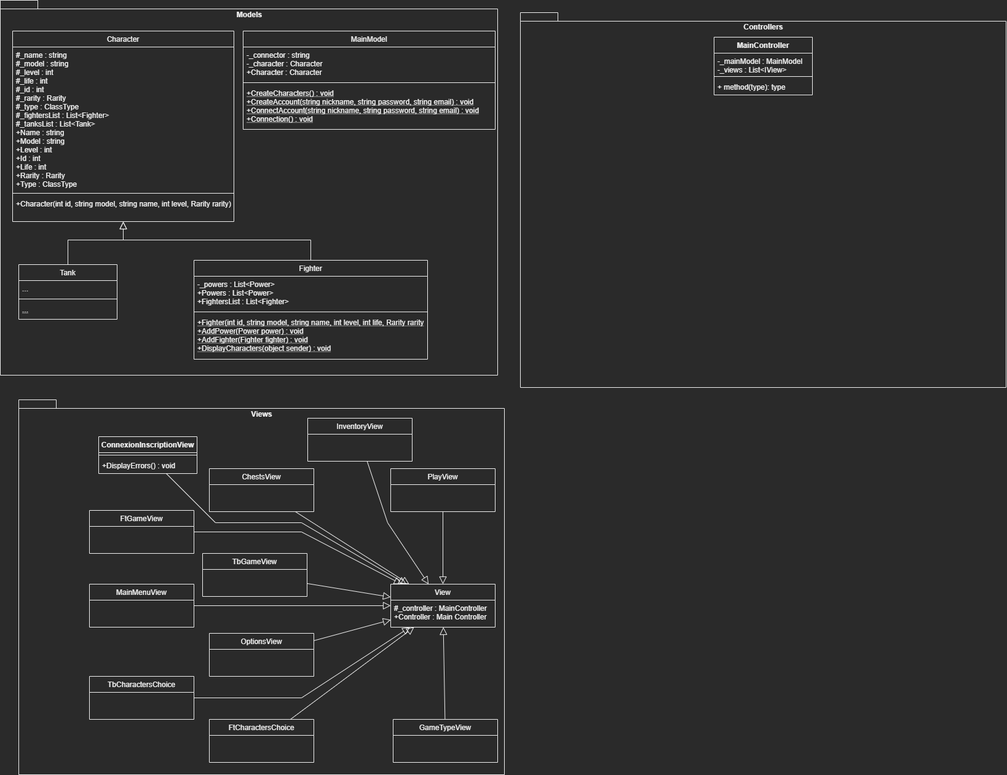
dam277/P-Demomot keeps this draw.io diagram as 01-Documents/01-Shemas/01-UML/03-Class/ClassDiagram-Game.png. Above is the earlier version. Source tidied: cells renumbered, new cells last; positions are measured from the earlier drawing's top-left corner, leaving out a move shared by most shapes.
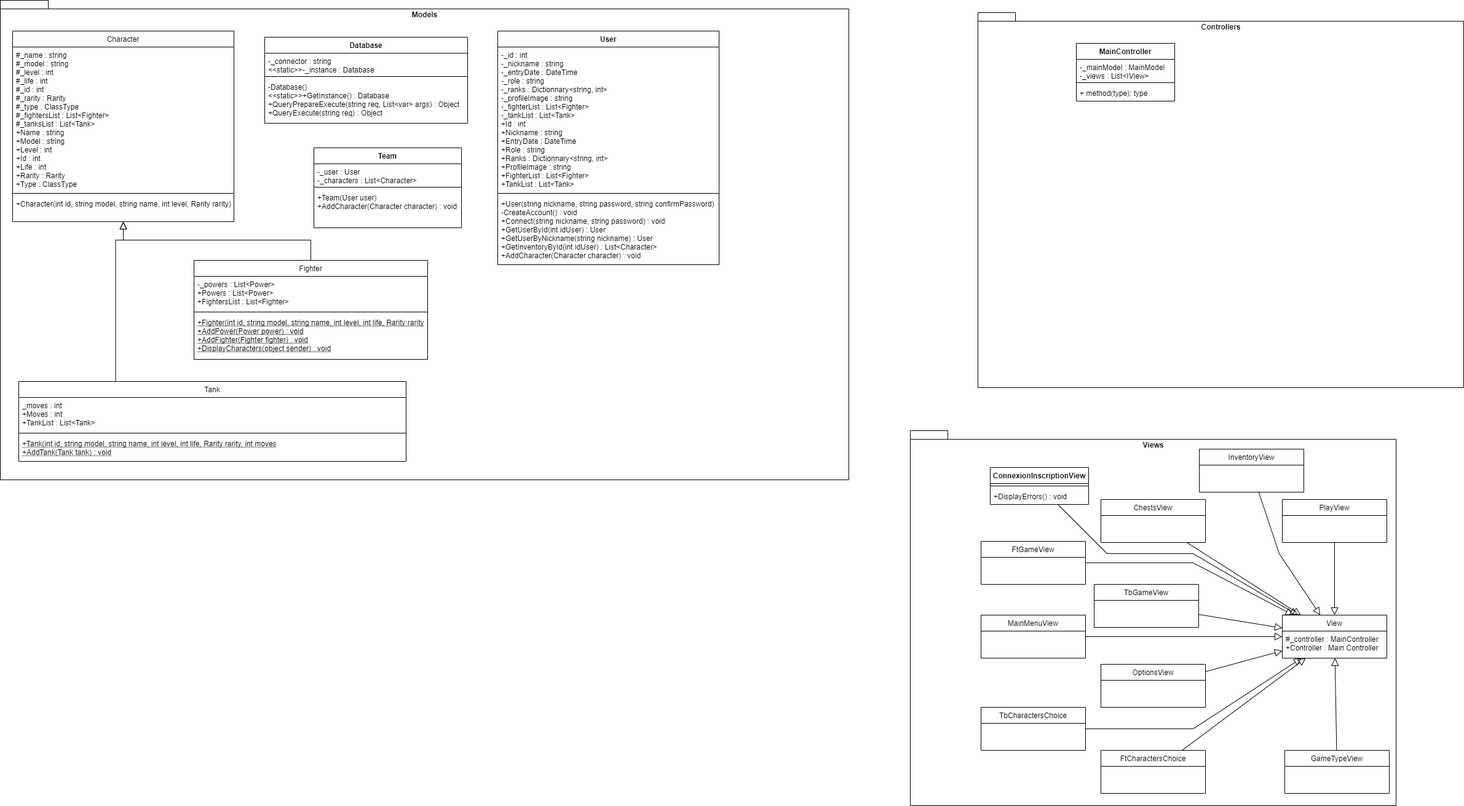
Above is the later version.

Commit message:
Diagramme de classe + Cahier des charges

Change to the diagram source:
```diff
@@ -3,10 +3,10 @@
     <mxCell id="0" />
     <mxCell id="1" parent="0" />
     <mxCell id="2" value="Models" style="shape=folder;fontStyle=1;spacingTop=10;tabWidth=40;tabHeight=14;tabPosition=left;html=1;labelPosition=center;verticalLabelPosition=middle;align=center;verticalAlign=top;" parent="1" vertex="1">
-      <mxGeometry width="809" height="610" as="geometry" />
+      <mxGeometry x="-1450" y="-50" width="1380" height="780" as="geometry" />
     </mxCell>
     <mxCell id="3" value="Character" style="swimlane;fontStyle=0;align=center;verticalAlign=top;horizontal=1;startSize=26;rounded=0;shadow=0;strokeWidth=1;" parent="1" vertex="1">
-      <mxGeometry x="20" y="50" width="360" height="310" as="geometry" />
+      <mxGeometry x="-1430" width="360" height="310" as="geometry" />
     </mxCell>
     <mxCell id="4" value="#_name : string&#10;#_model : string&#10;#_level : int&#10;#_life : int&#10;#_id : int&#10;#_rarity : Rarity&#10;#_type : ClassType&#10;#_fightersList : List&lt;Fighter&gt;&#10;#_tanksList : List&lt;Tank&gt;&#10;+Name : string&#10;+Model : string&#10;+Level : int&#10;+Id : int&#10;+Life : int&#10;+Rarity : Rarity&#10;+Type : ClassType&#10;" style="text;align=left;verticalAlign=top;spacingLeft=4;spacingRight=4;overflow=hidden;" parent="3" vertex="1">
       <mxGeometry y="26" width="360" height="234" as="geometry" />
@@ -17,35 +17,23 @@
     <mxCell id="6" value="+Character(int id, string model, string name, int level, Rarity rarity)  " style="text;align=left;verticalAlign=top;spacingLeft=4;spacingRight=4;overflow=hidden;" parent="3" vertex="1">
       <mxGeometry y="268" width="360" height="32" as="geometry" />
     </mxCell>
-    <mxCell id="7" value="Tank" style="swimlane;fontStyle=0;align=center;verticalAlign=top;horizontal=1;startSize=26;rounded=0;shadow=0;strokeWidth=1;" parent="1" vertex="1">
-      <mxGeometry x="30" y="430" width="160" height="89" as="geometry" />
-    </mxCell>
-    <mxCell id="8" value="..." style="text;align=left;verticalAlign=top;spacingLeft=4;spacingRight=4;overflow=hidden;" parent="7" vertex="1">
-      <mxGeometry y="26" width="160" height="26" as="geometry" />
-    </mxCell>
-    <mxCell id="9" style="line;html=1;strokeWidth=1;align=left;verticalAlign=middle;spacingTop=-1;spacingLeft=3;spacingRight=3;labelPosition=right;" parent="7" vertex="1">
-      <mxGeometry y="52" width="160" height="8" as="geometry" />
-    </mxCell>
-    <mxCell id="10" value="..." style="text;align=left;verticalAlign=top;spacingLeft=4;spacingRight=4;overflow=hidden;fontStyle=4;" parent="7" vertex="1">
-      <mxGeometry y="60" width="160" height="26" as="geometry" />
-    </mxCell>
-    <mxCell id="11" style="endArrow=block;endSize=10;endFill=0;shadow=0;strokeWidth=1;rounded=0;edgeStyle=elbowEdgeStyle;elbow=vertical;" parent="1" edge="1" source="7" target="3">
+    <mxCell id="11" style="endArrow=block;endSize=10;endFill=0;shadow=0;strokeWidth=1;rounded=0;edgeStyle=elbowEdgeStyle;elbow=vertical;exitX=0.25;exitY=0;exitDx=0;exitDy=0;" parent="1" edge="1" source="7" target="3">
       <mxGeometry relative="1" as="geometry">
         <Array as="points">
-          <mxPoint x="200" y="390" />
-          <mxPoint x="315" y="392" />
+          <mxPoint x="-1250" y="340" />
+          <mxPoint x="-1135" y="342" />
         </Array>
       </mxGeometry>
     </mxCell>
     <mxCell id="12" style="endArrow=block;endSize=10;endFill=0;shadow=0;strokeWidth=1;rounded=0;edgeStyle=elbowEdgeStyle;elbow=vertical;exitX=0.5;exitY=0;exitDx=0;exitDy=0;" parent="1" edge="1" source="13" target="3">
       <mxGeometry relative="1" as="geometry">
         <Array as="points">
-          <mxPoint x="200" y="390" />
+          <mxPoint x="-1250" y="340" />
         </Array>
       </mxGeometry>
     </mxCell>
     <mxCell id="13" value="Fighter" style="swimlane;fontStyle=0;align=center;verticalAlign=top;horizontal=1;startSize=26;rounded=0;shadow=0;strokeWidth=1;" parent="1" vertex="1">
-      <mxGeometry x="315" y="423" width="380" height="161" as="geometry" />
+      <mxGeometry x="-1135" y="373" width="380" height="161" as="geometry" />
     </mxCell>
     <mxCell id="14" value="-_powers : List&lt;Power&gt;&#10;+Powers : List&lt;Power&gt;&#10;+FightersList : List&lt;Fighter&gt;" style="text;align=left;verticalAlign=top;spacingLeft=4;spacingRight=4;overflow=hidden;" parent="13" vertex="1">
       <mxGeometry y="26" width="380" height="54" as="geometry" />
@@ -57,7 +45,7 @@
       <mxGeometry y="88" width="380" height="72" as="geometry" />
     </mxCell>
     <mxCell id="17" value="Controllers" style="shape=folder;fontStyle=1;spacingTop=10;tabWidth=40;tabHeight=14;tabPosition=left;html=1;labelPosition=center;verticalLabelPosition=middle;align=center;verticalAlign=top;" parent="1" vertex="1">
-      <mxGeometry x="846" y="20" width="790" height="610" as="geometry" />
+      <mxGeometry x="140" y="-30" width="790" height="610" as="geometry" />
     </mxCell>
     <mxCell id="18" value="Views" style="shape=folder;fontStyle=1;spacingTop=10;tabWidth=40;tabHeight=14;tabPosition=left;html=1;labelPosition=center;verticalLabelPosition=middle;align=center;verticalAlign=top;" parent="1" vertex="1">
       <mxGeometry x="30" y="650" width="790" height="610" as="geometry" />
@@ -102,7 +90,7 @@
       <mxGeometry x="340" y="1170" width="170" height="70" as="geometry" />
     </mxCell>
     <mxCell id="32" value="MainController" style="swimlane;fontStyle=1;align=center;verticalAlign=top;horizontal=1;startSize=26;" parent="1" vertex="1">
-      <mxGeometry x="1161" y="60" width="160" height="94" as="geometry" />
+      <mxGeometry x="300" y="20" width="160" height="94" as="geometry" />
     </mxCell>
     <mxCell id="33" value="-_mainModel : MainModel&#10;-_views : List&lt;IView&gt;" style="text;strokeColor=none;fillColor=none;align=left;verticalAlign=top;spacingLeft=4;spacingRight=4;overflow=hidden;" parent="32" vertex="1">
       <mxGeometry y="26" width="160" height="34" as="geometry" />
@@ -113,18 +101,6 @@
     <mxCell id="35" value="+ method(type): type" style="text;strokeColor=none;fillColor=none;align=left;verticalAlign=top;spacingLeft=4;spacingRight=4;overflow=hidden;" parent="32" vertex="1">
       <mxGeometry y="68" width="160" height="26" as="geometry" />
     </mxCell>
-    <mxCell id="36" value="MainModel" style="swimlane;fontStyle=0;align=center;verticalAlign=top;horizontal=1;startSize=26;rounded=0;shadow=0;strokeWidth=1;" parent="1" vertex="1">
-      <mxGeometry x="395" y="50" width="410" height="160" as="geometry" />
-    </mxCell>
-    <mxCell id="37" value="-_connector : string&#10;-_character : Character&#10;+Character : Character" style="text;align=left;verticalAlign=top;spacingLeft=4;spacingRight=4;overflow=hidden;" parent="36" vertex="1">
-      <mxGeometry y="26" width="410" height="54" as="geometry" />
-    </mxCell>
-    <mxCell id="38" style="line;html=1;strokeWidth=1;align=left;verticalAlign=middle;spacingTop=-1;spacingLeft=3;spacingRight=3;labelPosition=right;" parent="36" vertex="1">
-      <mxGeometry y="80" width="410" height="8" as="geometry" />
-    </mxCell>
-    <mxCell id="39" value="+CreateCharacters() : void&#10;+CreateAccount(string nickname, string password, string email) : void&#10;+ConnectAccount(string nickname, string password, string email) : void&#10;+Connection() : void&#10;" style="text;align=left;verticalAlign=top;spacingLeft=4;spacingRight=4;overflow=hidden;fontStyle=4;" parent="36" vertex="1">
-      <mxGeometry y="88" width="410" height="72" as="geometry" />
-    </mxCell>
     <mxCell id="40" value="View" style="swimlane;fontStyle=0;horizontal=1;startSize=26;fillColor=none;" parent="1" vertex="1">
       <mxGeometry x="635" y="950" width="170" height="70" as="geometry" />
     </mxCell>
@@ -181,5 +157,53 @@
         </Array>
       </mxGeometry>
     </mxCell>
+    <mxCell id="53" value="User" style="swimlane;fontStyle=1;align=center;verticalAlign=top;horizontal=1;startSize=26;" parent="1" vertex="1">
+      <mxGeometry x="-641" width="360" height="380" as="geometry" />
+    </mxCell>
+    <mxCell id="54" value="-_id : int&#10;-_nickname : string&#10;-_entryDate : DateTime&#10;-_role : string&#10;-_ranks : Dictionnary&lt;string, int&gt;&#10;-_profileImage : string&#10;-_fighterList : List&lt;Fighter&gt;&#10;-_tankList : List&lt;Tank&gt;&#10;+Id : int&#10;+Nickname : string&#10;+EntryDate : DateTime&#10;+Role : string&#10;+Ranks : Dictionnary&lt;string, int&gt;&#10;+ProfileImage : string&#10;+FighterList : List&lt;Fighter&gt;&#10;+TankList : List&lt;Tank&gt;" style="text;strokeColor=none;fillColor=none;align=left;verticalAlign=top;spacingLeft=4;spacingRight=4;overflow=hidden;" parent="53" vertex="1">
+      <mxGeometry y="26" width="360" height="234" as="geometry" />
+    </mxCell>
+    <mxCell id="55" style="line;strokeWidth=1;fillColor=none;align=left;verticalAlign=middle;spacingTop=-1;spacingLeft=3;spacingRight=3;labelPosition=right;" parent="53" vertex="1">
+      <mxGeometry y="260" width="360" height="8" as="geometry" />
+    </mxCell>
+    <mxCell id="56" value="+User(string nickname, string password, string confirmPassword)&#10;-CreateAccount() : void&#10;+Connect(string nickname, string password) : void&#10;+GetUserById(int idUser) : User&#10;+GetUserByNickname(string nickname) : User&#10;+GetInventoryById(int idUser) : List&lt;Character&gt;&#10;+AddCharacter(Character character) : void" style="text;strokeColor=none;fillColor=none;align=left;verticalAlign=top;spacingLeft=4;spacingRight=4;overflow=hidden;" parent="53" vertex="1">
+      <mxGeometry y="268" width="360" height="112" as="geometry" />
+    </mxCell>
+    <mxCell id="57" value="Database" style="swimlane;fontStyle=1;align=center;verticalAlign=top;horizontal=1;startSize=26;" parent="1" vertex="1">
+      <mxGeometry x="-1020" y="10" width="330" height="140" as="geometry" />
+    </mxCell>
+    <mxCell id="58" value="-_connector : string&#10;&lt;&lt;static&gt;&gt;-_instance : Database" style="text;strokeColor=none;fillColor=none;align=left;verticalAlign=top;spacingLeft=4;spacingRight=4;overflow=hidden;" parent="57" vertex="1">
+      <mxGeometry y="26" width="330" height="34" as="geometry" />
+    </mxCell>
+    <mxCell id="59" style="line;strokeWidth=1;fillColor=none;align=left;verticalAlign=middle;spacingTop=-1;spacingLeft=3;spacingRight=3;labelPosition=right;" parent="57" vertex="1">
+      <mxGeometry y="60" width="330" height="8" as="geometry" />
+    </mxCell>
+    <mxCell id="60" value="-Database()&#10;&lt;&lt;static&gt;&gt;+GetInstance() : Database&#10;+QueryPrepareExecute(string req, List&lt;var&gt; args) : Object&#10;+QueryExecute(string req) : Object" style="text;strokeColor=none;fillColor=none;align=left;verticalAlign=top;spacingLeft=4;spacingRight=4;overflow=hidden;" parent="57" vertex="1">
+      <mxGeometry y="68" width="330" height="72" as="geometry" />
+    </mxCell>
+    <mxCell id="7" value="Tank" style="swimlane;fontStyle=0;align=center;verticalAlign=top;horizontal=1;startSize=26;rounded=0;shadow=0;strokeWidth=1;" parent="1" vertex="1">
+      <mxGeometry x="-1420" y="570" width="630" height="130" as="geometry" />
+    </mxCell>
+    <mxCell id="61" value="_moves : int&#10;+Moves : int&#10;+TankList : List&lt;Tank&gt;" style="text;align=left;verticalAlign=top;spacingLeft=4;spacingRight=4;overflow=hidden;" parent="7" vertex="1">
+      <mxGeometry y="26" width="630" height="54" as="geometry" />
+    </mxCell>
+    <mxCell id="62" style="line;html=1;strokeWidth=1;align=left;verticalAlign=middle;spacingTop=-1;spacingLeft=3;spacingRight=3;labelPosition=right;" parent="7" vertex="1">
+      <mxGeometry y="80" width="630" height="8" as="geometry" />
+    </mxCell>
+    <mxCell id="63" value="+Tank(int id, string model, string name, int level, int life, Rarity rarity, int moves&#10;+AddTank(Tank tank) : void" style="text;align=left;verticalAlign=top;spacingLeft=4;spacingRight=4;overflow=hidden;fontStyle=4;" parent="7" vertex="1">
+      <mxGeometry y="88" width="630" height="42" as="geometry" />
+    </mxCell>
+    <mxCell id="64" value="Team" style="swimlane;fontStyle=1;align=center;verticalAlign=top;horizontal=1;startSize=26;" parent="1" vertex="1">
+      <mxGeometry x="-940" y="190" width="240" height="130" as="geometry" />
+    </mxCell>
+    <mxCell id="65" value="-_user : User&#10;-_characters : List&lt;Character&gt;" style="text;strokeColor=none;fillColor=none;align=left;verticalAlign=top;spacingLeft=4;spacingRight=4;overflow=hidden;" parent="64" vertex="1">
+      <mxGeometry y="26" width="240" height="34" as="geometry" />
+    </mxCell>
+    <mxCell id="66" style="line;strokeWidth=1;fillColor=none;align=left;verticalAlign=middle;spacingTop=-1;spacingLeft=3;spacingRight=3;labelPosition=right;" parent="64" vertex="1">
+      <mxGeometry y="60" width="240" height="8" as="geometry" />
+    </mxCell>
+    <mxCell id="67" value="+Team(User user)&#10;+AddCharacter(Character character) : void" style="text;strokeColor=none;fillColor=none;align=left;verticalAlign=top;spacingLeft=4;spacingRight=4;overflow=hidden;" parent="64" vertex="1">
+      <mxGeometry y="68" width="240" height="62" as="geometry" />
+    </mxCell>
   </root>
 </mxGraphModel>
```
